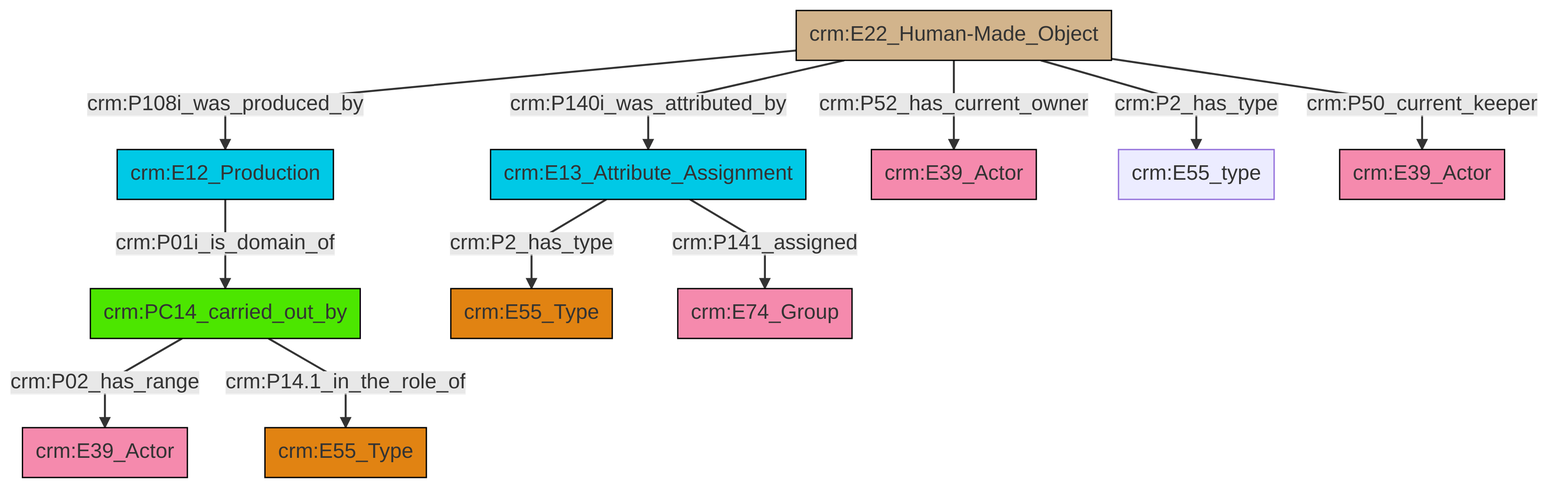
Earlier version of the Mermaid export et/artworkCSV/ttl/mmd/png/Artwork_Actor_Relations.png (swiss-art-research-net/docs.swissartresearch). Its source is kept beside it as et/artworkCSV/ttl/mmd/Artwork_Actor_Relations.ttl.mmd.
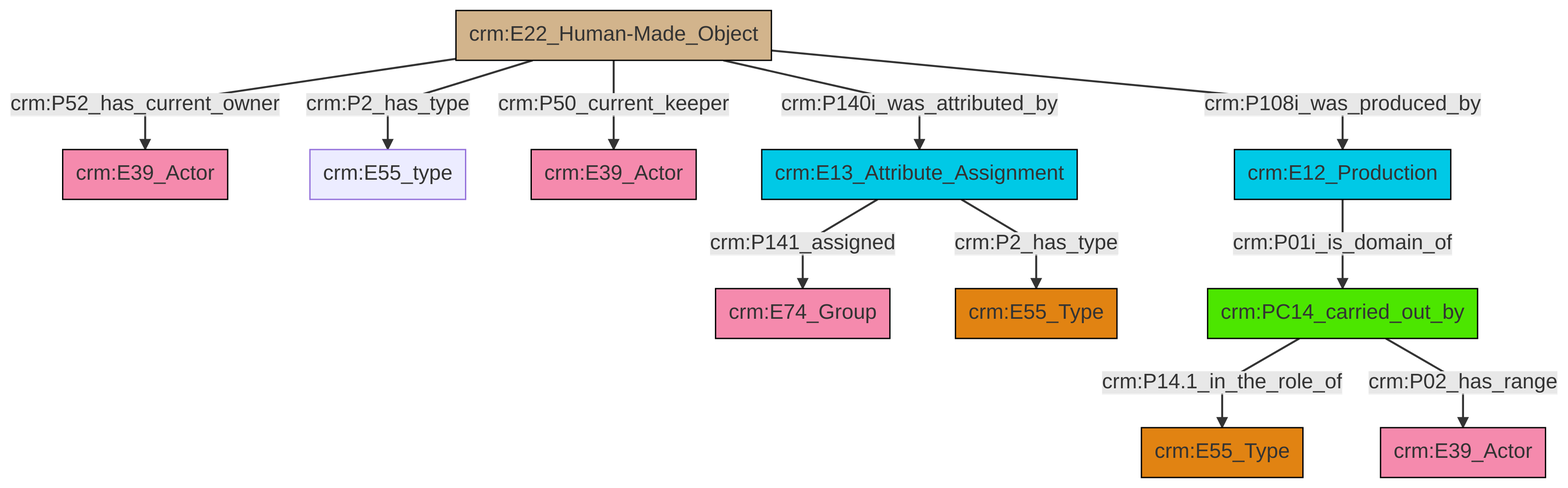
After the change.

Diff of the diagram source:
```diff
@@ -13,13 +13,13 @@
 classDef PC_Classes fill:#4ce600, stroke:#000000;
 classDef Multi fill:#cccccc,stroke:#000000;
 
-2["crm:E22_Human-Made_Object"]:::Physical_Thing -->|crm:P140i_was_attributed_by| 3["crm:E13_Attribute_Assignment"]:::Temporal_Entity
-4["crm:PC14_carried_out_by"]:::PC_Classes -->|crm:P02_has_range| 10["crm:E39_Actor"]:::Actor
-2["crm:E22_Human-Made_Object"]:::Physical_Thing -->|crm:P108i_was_produced_by| 6["crm:E12_Production"]:::Temporal_Entity
-3["crm:E13_Attribute_Assignment"]:::Temporal_Entity -->|crm:P141_assigned| 11["crm:E74_Group"]:::Actor
-3["crm:E13_Attribute_Assignment"]:::Temporal_Entity -->|crm:P2_has_type| 8["crm:E55_Type"]:::Type
-2["crm:E22_Human-Made_Object"]:::Physical_Thing -->|crm:P2_has_type| 16["crm:E55_type"]:::Default
-4["crm:PC14_carried_out_by"]:::PC_Classes -->|crm:P14.1_in_the_role_of| 0["crm:E55_Type"]:::Type
-2["crm:E22_Human-Made_Object"]:::Physical_Thing -->|crm:P52_has_current_owner| 14["crm:E39_Actor"]:::Actor
-6["crm:E12_Production"]:::Temporal_Entity -->|crm:P01i_is_domain_of| 4["crm:PC14_carried_out_by"]:::PC_Classes
-2["crm:E22_Human-Made_Object"]:::Physical_Thing -->|crm:P50_current_keeper| 20["crm:E39_Actor"]:::Actor
+0["crm:E22_Human-Made_Object"]:::Physical_Thing -->|crm:P52_has_current_owner| 1["crm:E39_Actor"]:::Actor
+0["crm:E22_Human-Made_Object"]:::Physical_Thing -->|crm:P2_has_type| 6["crm:E55_type"]:::Default
+7["crm:PC14_carried_out_by"]:::PC_Classes -->|crm:P14.1_in_the_role_of| 2["crm:E55_Type"]:::Type
+8["crm:E12_Production"]:::Temporal_Entity -->|crm:P01i_is_domain_of| 7["crm:PC14_carried_out_by"]:::PC_Classes
+0["crm:E22_Human-Made_Object"]:::Physical_Thing -->|crm:P50_current_keeper| 9["crm:E39_Actor"]:::Actor
+10["crm:E13_Attribute_Assignment"]:::Temporal_Entity -->|crm:P141_assigned| 11["crm:E74_Group"]:::Actor
+7["crm:PC14_carried_out_by"]:::PC_Classes -->|crm:P02_has_range| 12["crm:E39_Actor"]:::Actor
+10["crm:E13_Attribute_Assignment"]:::Temporal_Entity -->|crm:P2_has_type| 4["crm:E55_Type"]:::Type
+0["crm:E22_Human-Made_Object"]:::Physical_Thing -->|crm:P140i_was_attributed_by| 10["crm:E13_Attribute_Assignment"]:::Temporal_Entity
+0["crm:E22_Human-Made_Object"]:::Physical_Thing -->|crm:P108i_was_produced_by| 8["crm:E12_Production"]:::Temporal_Entity
```
